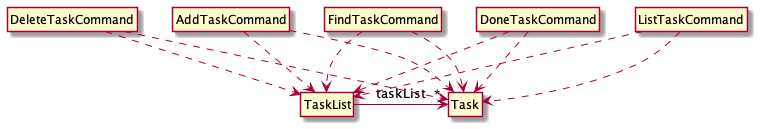
Above: docs/images/TaskComponentDiagram.png in nus-cs2113-AY2122S1/tp (PlantUML), before the change.
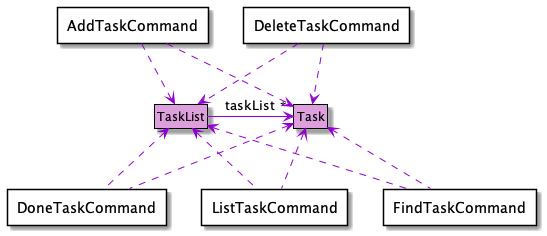
The same diagram one commit later.

Change to the diagram source:
```diff
@@ -1,27 +1,36 @@
 @startuml
+!include Style.puml
 hide circle
 skinparam classAttributeIconSize 0
 
-class Task
-class TaskList
+class Task MODEL_COLOR
+class TaskList MODEL_COLOR
 
-TaskList -> "*" Task : taskList
+TaskList -[MODEL_COLOR_T1]> "*" Task : taskList
 
-hide members
+package "AddTaskCommand" <<Rectangle>> {
+}
 
-class AddTaskCommand
-class DeleteTaskCommand
-class DoneTaskCommand
-class FindTaskCommand
-class ListTaskCommand
-AddTaskCommand ..> Task
-AddTaskCommand ..> TaskList
-DeleteTaskCommand ..>Task
-DeleteTaskCommand ..> TaskList
-DoneTaskCommand ..> Task
-DoneTaskCommand ..> TaskList
-FindTaskCommand ..> Task
-FindTaskCommand ..> TaskList
-ListTaskCommand ..> Task
-ListTaskCommand ..> TaskList
+package "DeleteTaskCommand" <<Rectangle>> {
+}
+
+package "DoneTaskCommand" <<Rectangle>> {
+}
+
+package "FindTaskCommand" <<Rectangle>> {
+}
+
+package "ListTaskCommand" <<Rectangle>> {
+}
+
+AddTaskCommand .down[MODEL_COLOR_T1].> Task
+AddTaskCommand .down[MODEL_COLOR_T1].> TaskList
+DeleteTaskCommand .down[MODEL_COLOR_T1].>Task
+DeleteTaskCommand .down[MODEL_COLOR_T1].> TaskList
+DoneTaskCommand .up[MODEL_COLOR_T1].> Task
+DoneTaskCommand .up[MODEL_COLOR_T1].> TaskList
+FindTaskCommand .up[MODEL_COLOR_T1].> Task
+FindTaskCommand .up[MODEL_COLOR_T1].> TaskList
+ListTaskCommand .up[MODEL_COLOR_T1].> Task
+ListTaskCommand .up[MODEL_COLOR_T1].> TaskList
 @enduml
```
